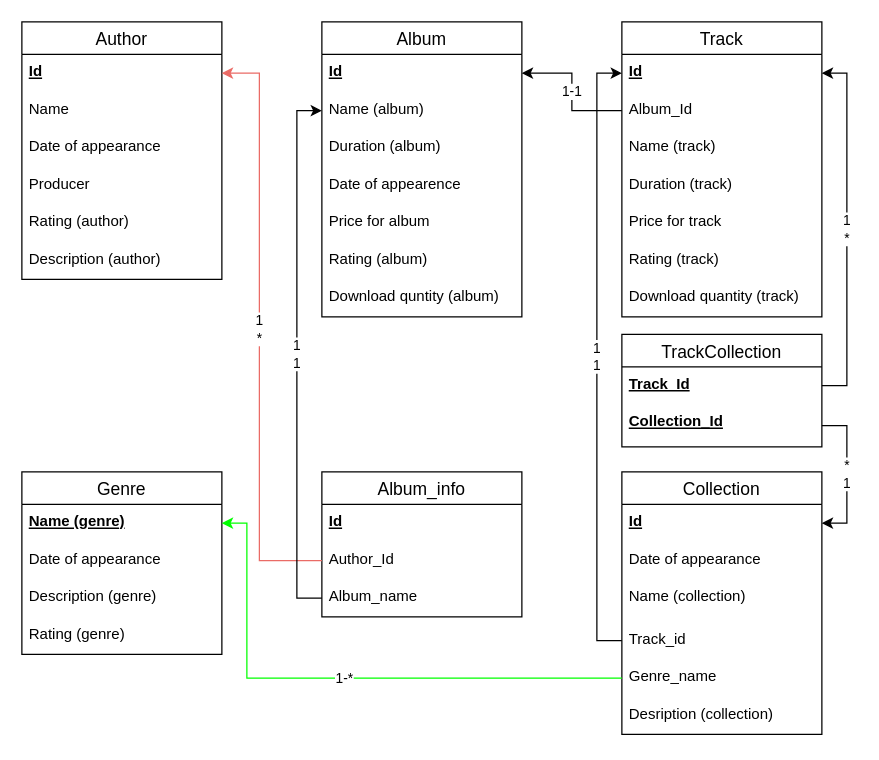
Before: Untitled Diagram.drawio in Oleg-Stukalov/draw.io-schemes, a draw.io diagram. Source tidied: cells renumbered, new cells numbered last; positions are measured from the earlier drawing's top-left corner, leaving out a move shared by most shapes. Both pictures are drawn from the tidied source at 125%, with x=0, y=0 at pixel (21, 21).
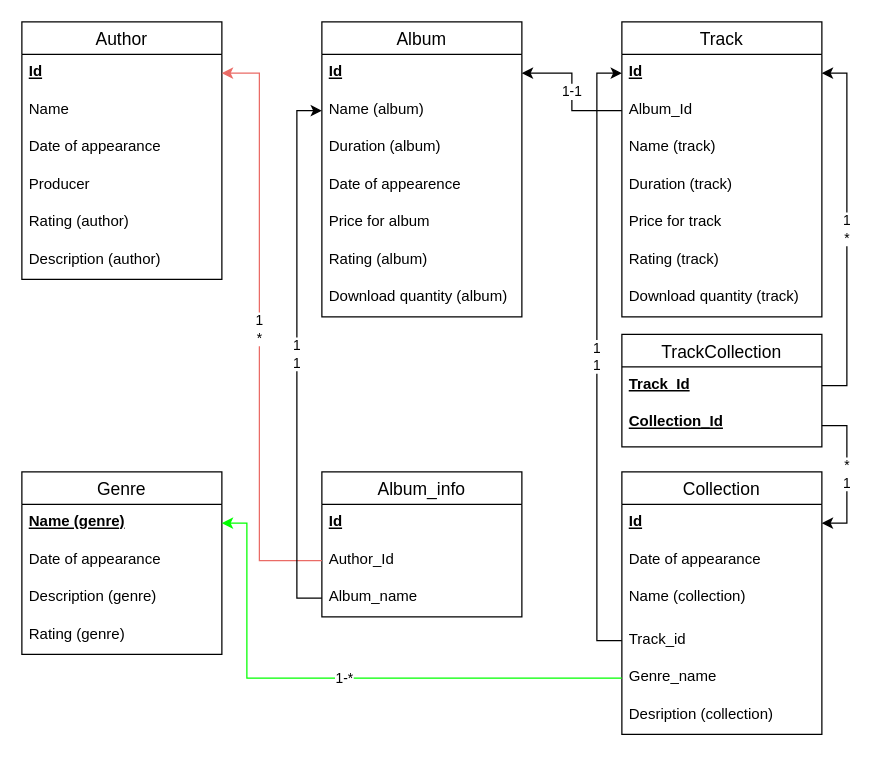
After the change.

The change refers to these unchanged cells:
```xml
<mxCell id="2" value="Album" style="swimlane;fontStyle=0;horizontal=1;startSize=26;align=center;fontSize=14;" parent="1" vertex="1">
  <mxGeometry x="240" width="160" height="236" as="geometry" />
</mxCell>
```

What changed in the source:
```diff
@@
-    <mxCell id="9" value="Download quntity (album)" style="text;strokeColor=none;fillColor=none;spacingLeft=4;spacingRight=4;overflow=hidden;fontSize=12;" parent="2" vertex="1">
+    <mxCell id="9" value="Download quantity (album)" style="text;strokeColor=none;fillColor=none;spacingLeft=4;spacingRight=4;overflow=hidden;fontSize=12;" parent="2" vertex="1">
       <mxGeometry y="206" width="160" height="30" as="geometry" />
     </mxCell>
```
